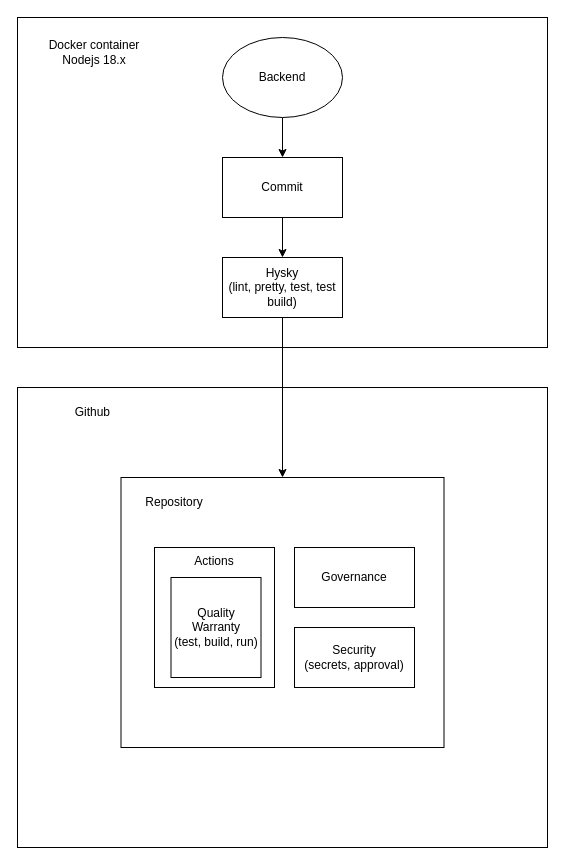
Earlier version of the draw.io diagram page "Backend Quality Warranty" (2 of 5) of cpi-publisher-diagram.drawio (gabriel-rodrigues-f/sap-cloud-integration-architectural-diagrams). Source tidied: cells renumbered, new cells numbered last; positions are measured from the earlier drawing's top-left corner, leaving out a move shared by most shapes. Both pictures are drawn from the tidied source at 100%, with x=0, y=0 at pixel (17, 17).
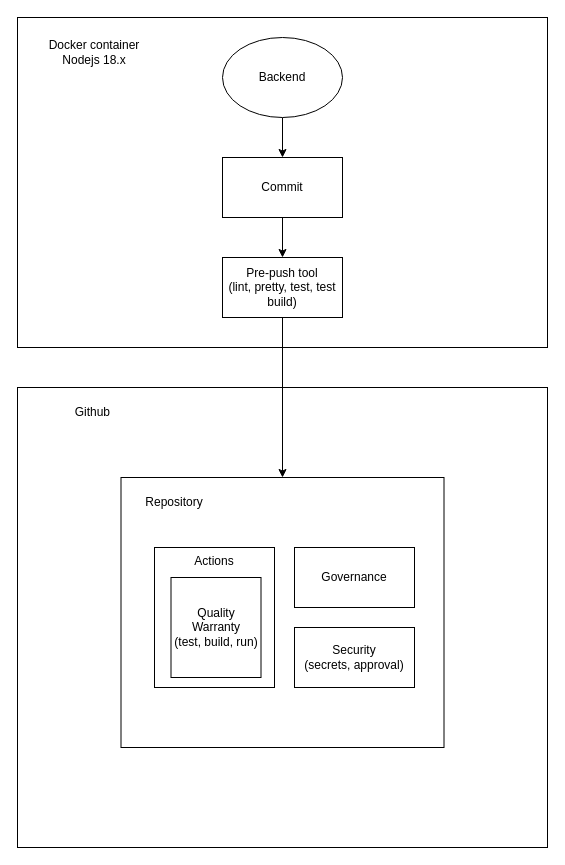
The same page after the edit.

What changed in the source:
```diff
@@
 <mxGraphModel>
   <root>
     <mxCell id="0" />
     <mxCell id="1" parent="0" />
     <mxCell id="2" style="rounded=0;whiteSpace=wrap;html=1;" parent="1" vertex="1">
       <mxGeometry y="370" width="530" height="460" as="geometry" />
     </mxCell>
     <mxCell id="3" style="rounded=0;whiteSpace=wrap;html=1;" parent="1" vertex="1">
       <mxGeometry width="530" height="330" as="geometry" />
     </mxCell>
     <mxCell id="4" style="edgeStyle=orthogonalEdgeStyle;rounded=0;jettySize=auto;html=1;entryX=0.5;entryY=0;entryDx=0;entryDy=0;" parent="1" edge="1" source="5" target="7">
       <mxGeometry relative="1" as="geometry" />
     </mxCell>
     <mxCell id="5" value="Backend" style="ellipse;whiteSpace=wrap;html=1;" parent="1" vertex="1">
       <mxGeometry x="205" y="20" width="120" height="80" as="geometry" />
     </mxCell>
     <mxCell id="6" style="edgeStyle=orthogonalEdgeStyle;rounded=0;jettySize=auto;html=1;" parent="1" edge="1" source="7" target="9">
       <mxGeometry relative="1" as="geometry" />
     </mxCell>
     <mxCell id="7" value="Commit" style="rounded=0;whiteSpace=wrap;html=1;" parent="1" vertex="1">
       <mxGeometry x="205" y="140" width="120" height="60" as="geometry" />
     </mxCell>
     <mxCell id="8" style="edgeStyle=orthogonalEdgeStyle;rounded=0;jettySize=auto;html=1;" parent="1" edge="1" source="9" target="13">
       <mxGeometry relative="1" as="geometry" />
     </mxCell>
-    <mxCell id="9" value="Hysky&lt;br&gt;(lint, pretty, test, test build)" style="rounded=0;whiteSpace=wrap;html=1;" parent="1" vertex="1">
+    <mxCell id="9" value="Pre-push tool&lt;br&gt;(lint, pretty, test, test build)" style="rounded=0;whiteSpace=wrap;html=1;" parent="1" vertex="1">
       <mxGeometry x="205" y="240" width="120" height="60" as="geometry" />
     </mxCell>
     <mxCell id="10" value="Docker container Nodejs 18.x" style="text;html=1;strokeColor=none;fillColor=none;align=center;verticalAlign=middle;whiteSpace=wrap;rounded=0;" parent="1" vertex="1">
       <mxGeometry x="17" y="20" width="120" height="30" as="geometry" />
     </mxCell>
     <mxCell id="11" value="Github&amp;nbsp;" style="text;html=1;strokeColor=none;fillColor=none;align=center;verticalAlign=middle;whiteSpace=wrap;rounded=0;" parent="1" vertex="1">
       <mxGeometry x="17" y="380" width="120" height="30" as="geometry" />
     </mxCell>
     <mxCell id="12" style="group;" parent="1" vertex="1">
       <mxGeometry x="103.5" y="460" width="323" height="270" as="geometry" />
     </mxCell>
     <mxCell id="13" style="rounded=0;whiteSpace=wrap;html=1;" parent="12" vertex="1">
       <mxGeometry width="323" height="270" as="geometry" />
     </mxCell>
     <mxCell id="14" value="Repository" style="text;html=1;strokeColor=none;fillColor=none;align=center;verticalAlign=middle;whiteSpace=wrap;rounded=0;" parent="12" vertex="1">
       <mxGeometry x="23.5" y="10" width="60" height="30" as="geometry" />
     </mxCell>
     <mxCell id="15" value="Governance" style="rounded=0;whiteSpace=wrap;html=1;" parent="12" vertex="1">
       <mxGeometry x="173.5" y="70" width="120" height="60" as="geometry" />
     </mxCell>
     <mxCell id="16" value="Actions" style="rounded=0;whiteSpace=wrap;html=1;verticalAlign=top;" parent="12" vertex="1">
       <mxGeometry x="33.5" y="70" width="120" height="140" as="geometry" />
     </mxCell>
     <mxCell id="17" value="Security&lt;br&gt;(secrets,&amp;nbsp;approval)" style="rounded=0;whiteSpace=wrap;html=1;" parent="12" vertex="1">
       <mxGeometry x="173.5" y="150" width="120" height="60" as="geometry" />
     </mxCell>
     <mxCell id="18" value="Quality Warranty&lt;br&gt;(test, build, run)" style="rounded=0;whiteSpace=wrap;html=1;" parent="12" vertex="1">
       <mxGeometry x="50" y="100" width="90" height="100" as="geometry" />
     </mxCell>
   </root>
 </mxGraphModel>
```
